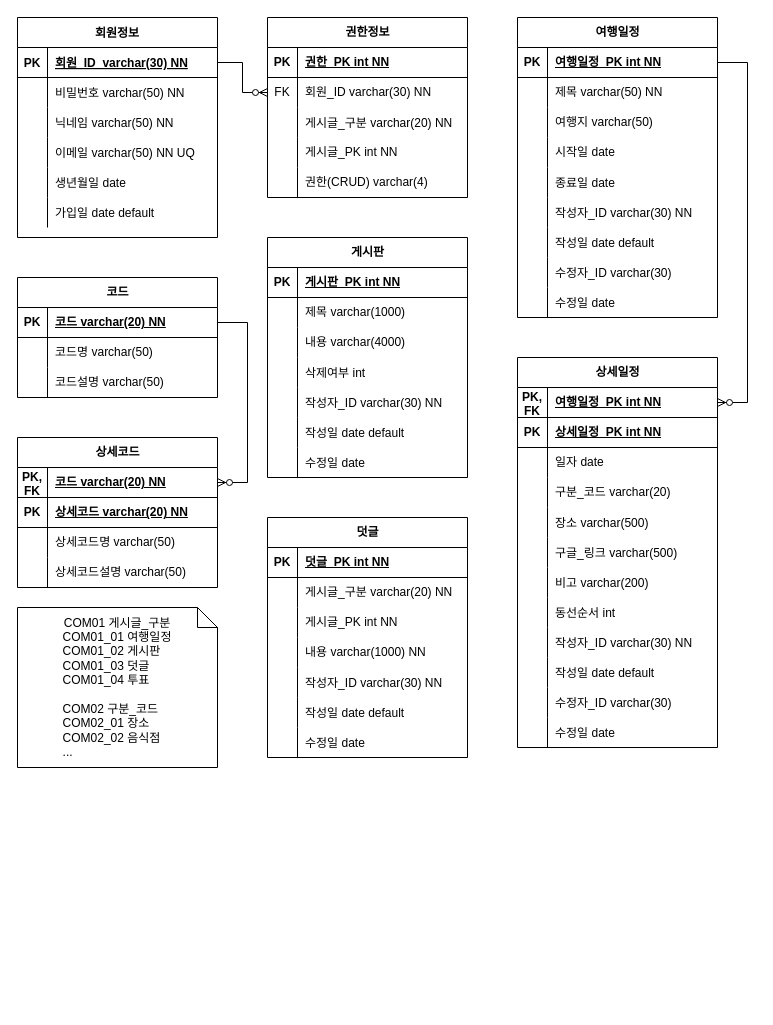
Before: 여행일정_ERD.drawio in Hevrica/itinerary_be, a draw.io diagram. Source tidied: cells renumbered, new cells numbered last; positions are measured from the earlier drawing's top-left corner, leaving out a move shared by most shapes. Both pictures are drawn from the tidied source at 100%, with x=0, y=0 at pixel (17, 17).
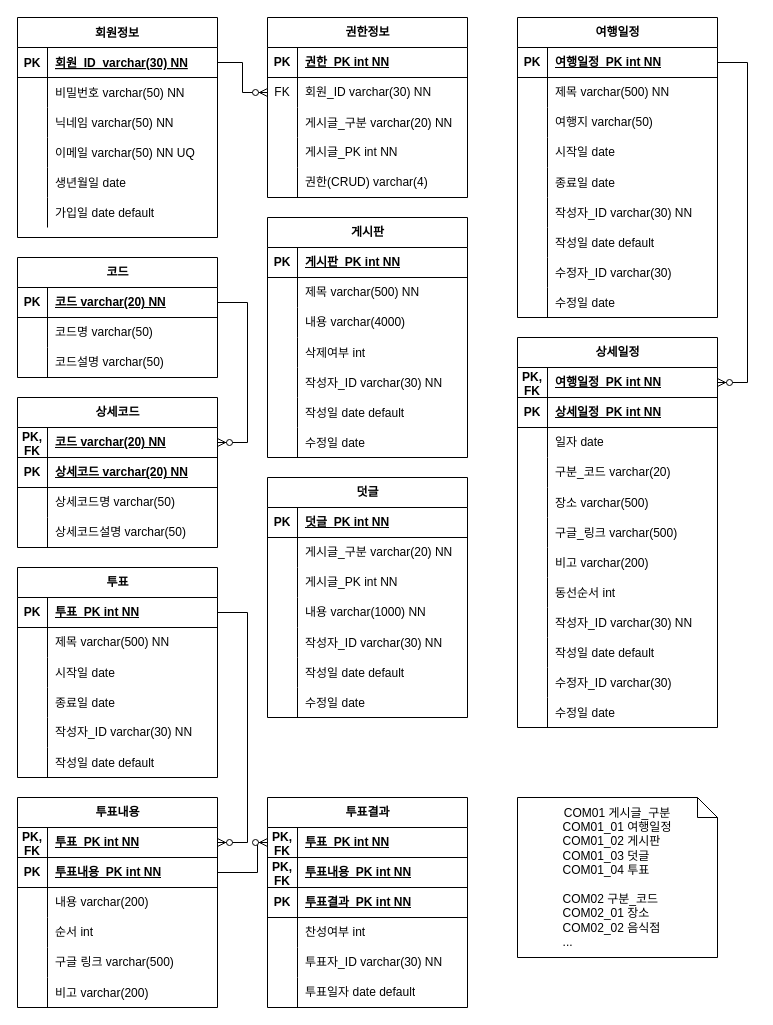
The same page after the edit.

Commit message:
여행일정_ERD.drawio 업데이트

Unchanged cells that the change refers to:
```xml
<mxCell id="41" style="shape=tableRow;horizontal=0;startSize=0;swimlaneHead=0;swimlaneBody=0;fillColor=none;top=0;left=0;right=0;bottom=0;" parent="37" vertex="1">
  <mxGeometry y="60" width="200" height="30" as="geometry" />
</mxCell>
<mxCell id="133" style="shape=tableRow;horizontal=0;startSize=0;swimlaneHead=0;swimlaneBody=0;fillColor=none;top=0;left=0;right=0;bottom=0;" parent="129" vertex="1">
  <mxGeometry y="60" width="200" height="30" as="geometry" />
</mxCell>
```

What changed in the source:
```diff
@@
-    <mxCell id="43" value="제목 varchar(50) NN" style="shape=partialRectangle;fillColor=none;top=0;left=0;bottom=0;right=0;align=left;spacingLeft=6;overflow=hidden;whiteSpace=wrap;html=1;" parent="41" vertex="1">
+    <mxCell id="43" value="제목 varchar(500) NN" style="shape=partialRectangle;fillColor=none;top=0;left=0;bottom=0;right=0;align=left;spacingLeft=6;overflow=hidden;whiteSpace=wrap;html=1;" parent="41" vertex="1">
       <mxGeometry x="30" width="170" height="30" as="geometry" />
     </mxCell>
@@
     <mxCell id="65" value="상세일정" style="shape=table;startSize=30;childLayout=tableLayout;rowLines=0;fontStyle=1;align=center;html=1;" parent="1" vertex="1">
-      <mxGeometry x="500" y="340" width="200" height="390" as="geometry" />
+      <mxGeometry x="500" y="320" width="200" height="390" as="geometry" />
     </mxCell>
@@
     <mxCell id="104" value="코드" style="shape=table;startSize=30;childLayout=tableLayout;rowLines=0;fontStyle=1;align=center;html=1;" parent="1" vertex="1">
-      <mxGeometry y="260" width="200" height="120" as="geometry" />
+      <mxGeometry y="240" width="200" height="120" as="geometry" />
     </mxCell>
@@
     <mxCell id="114" value="상세코드" style="shape=table;startSize=30;childLayout=tableLayout;rowLines=0;fontStyle=1;align=center;html=1;" parent="1" vertex="1">
-      <mxGeometry y="420" width="200" height="150" as="geometry" />
+      <mxGeometry y="380" width="200" height="150" as="geometry" />
     </mxCell>
@@
     <mxCell id="128" value="&lt;span style=&quot;background-color: initial; text-align: left;&quot;&gt;COM01 게시글_구분&lt;/span&gt;&lt;br&gt;&lt;div style=&quot;text-align: left;&quot;&gt;&lt;span style=&quot;background-color: initial;&quot;&gt;COM01_01 여행일정&lt;/span&gt;&lt;/div&gt;&lt;div style=&quot;text-align: left;&quot;&gt;&lt;span style=&quot;background-color: initial;&quot;&gt;COM01_02 게시판&lt;/span&gt;&lt;/div&gt;&lt;div style=&quot;text-align: left;&quot;&gt;&lt;span style=&quot;background-color: initial;&quot;&gt;COM01_03 덧글&lt;/span&gt;&lt;/div&gt;&lt;div style=&quot;text-align: left;&quot;&gt;&lt;span style=&quot;background-color: initial;&quot;&gt;COM01_04 투표&lt;/span&gt;&lt;/div&gt;&lt;div style=&quot;text-align: left;&quot;&gt;&lt;span style=&quot;background-color: initial;&quot;&gt;&lt;br&gt;&lt;/span&gt;&lt;/div&gt;&lt;div style=&quot;text-align: left;&quot;&gt;COM02 구분_코드&lt;/div&gt;&lt;div style=&quot;text-align: left;&quot;&gt;COM02_01 장소&lt;/div&gt;&lt;div style=&quot;text-align: left;&quot;&gt;COM02_02 음식점&lt;/div&gt;&lt;div style=&quot;text-align: left;&quot;&gt;...&lt;/div&gt;" style="shape=note;size=20;whiteSpace=wrap;html=1;" parent="1" vertex="1">
-      <mxGeometry y="590" width="200" height="160" as="geometry" />
+      <mxGeometry x="500" y="780" width="200" height="160" as="geometry" />
     </mxCell>
     <mxCell id="129" value="게시판" style="shape=table;startSize=30;childLayout=tableLayout;rowLines=0;fontStyle=1;align=center;html=1;" parent="1" vertex="1">
-      <mxGeometry x="250" y="220" width="200" height="240" as="geometry" />
+      <mxGeometry x="250" y="200" width="200" height="240" as="geometry" />
     </mxCell>
@@
-    <mxCell id="135" value="제목 varchar(1000)" style="shape=partialRectangle;fillColor=none;top=0;left=0;bottom=0;right=0;align=left;spacingLeft=6;overflow=hidden;whiteSpace=wrap;html=1;" parent="133" vertex="1">
+    <mxCell id="135" value="제목 varchar(500) NN" style="shape=partialRectangle;fillColor=none;top=0;left=0;bottom=0;right=0;align=left;spacingLeft=6;overflow=hidden;whiteSpace=wrap;html=1;" parent="133" vertex="1">
       <mxGeometry x="30" width="170" height="30" as="geometry" />
     </mxCell>
@@
     <mxCell id="151" value="덧글" style="shape=table;startSize=30;childLayout=tableLayout;rowLines=0;fontStyle=1;align=center;html=1;" parent="1" vertex="1">
-      <mxGeometry x="250" y="500" width="200" height="240" as="geometry" />
+      <mxGeometry x="250" y="460" width="200" height="240" as="geometry" />
     </mxCell>
@@
+    <mxCell id="173" value="투표" style="shape=table;startSize=30;childLayout=tableLayout;rowLines=0;fontStyle=1;align=center;html=1;" parent="1" vertex="1">
+      <mxGeometry y="550" width="200" height="210" as="geometry" />
+    </mxCell>
+    <mxCell id="174" style="shape=tableRow;horizontal=0;startSize=0;swimlaneHead=0;swimlaneBody=0;fillColor=none;points=[[0,0.5],[1,0.5]];portConstraint=eastwest;top=0;left=0;right=0;bottom=1;" parent="173" vertex="1">
+      <mxGeometry y="30" width="200" height="30" as="geometry" />
+    </mxCell>
+    <mxCell id="175" value="PK" style="shape=partialRectangle;fillColor=none;top=0;left=0;bottom=0;right=0;fontStyle=1;overflow=hidden;whiteSpace=wrap;html=1;" parent="174" vertex="1">
+      <mxGeometry width="30" height="30" as="geometry" />
+    </mxCell>
+    <mxCell id="176" value="투표_PK int NN" style="shape=partialRectangle;fillColor=none;top=0;left=0;bottom=0;right=0;align=left;spacingLeft=6;fontStyle=5;overflow=hidden;whiteSpace=wrap;html=1;" parent="174" vertex="1">
+      <mxGeometry x="30" width="170" height="30" as="geometry" />
+    </mxCell>
+    <mxCell id="177" style="shape=tableRow;horizontal=0;startSize=0;swimlaneHead=0;swimlaneBody=0;fillColor=none;top=0;left=0;right=0;bottom=0;" parent="173" vertex="1">
+      <mxGeometry y="60" width="200" height="30" as="geometry" />
+    </mxCell>
+    <mxCell id="178" style="shape=partialRectangle;fillColor=none;top=0;left=0;bottom=0;right=0;overflow=hidden;whiteSpace=wrap;html=1;" parent="177" vertex="1">
+      <mxGeometry width="30" height="30" as="geometry" />
+    </mxCell>
+    <mxCell id="179" value="제목 varchar(500) NN" style="shape=partialRectangle;fillColor=none;top=0;left=0;bottom=0;right=0;align=left;spacingLeft=6;overflow=hidden;whiteSpace=wrap;html=1;" parent="177" vertex="1">
+      <mxGeometry x="30" width="170" height="30" as="geometry" />
+    </mxCell>
+    <mxCell id="180" style="shape=tableRow;horizontal=0;startSize=0;swimlaneHead=0;swimlaneBody=0;fillColor=none;top=0;left=0;right=0;bottom=0;" parent="173" vertex="1">
+      <mxGeometry y="90" width="200" height="30" as="geometry" />
+    </mxCell>
+    <mxCell id="181" style="shape=partialRectangle;fillColor=none;top=0;left=0;bottom=0;right=0;overflow=hidden;" parent="180" vertex="1">
+      <mxGeometry width="30" height="30" as="geometry" />
+    </mxCell>
+    <mxCell id="182" value="시작일 date" style="shape=partialRectangle;fillColor=none;top=0;left=0;bottom=0;right=0;align=left;spacingLeft=6;overflow=hidden;" parent="180" vertex="1">
+      <mxGeometry x="30" width="170" height="30" as="geometry" />
+    </mxCell>
+    <mxCell id="183" style="shape=tableRow;horizontal=0;startSize=0;swimlaneHead=0;swimlaneBody=0;fillColor=none;top=0;left=0;right=0;bottom=0;" parent="173" vertex="1">
+      <mxGeometry y="120" width="200" height="30" as="geometry" />
+    </mxCell>
+    <mxCell id="184" style="shape=partialRectangle;fillColor=none;top=0;left=0;bottom=0;right=0;overflow=hidden;" parent="183" vertex="1">
+      <mxGeometry width="30" height="30" as="geometry" />
+    </mxCell>
+    <mxCell id="185" value="종료일 date" style="shape=partialRectangle;fillColor=none;top=0;left=0;bottom=0;right=0;align=left;spacingLeft=6;overflow=hidden;" parent="183" vertex="1">
+      <mxGeometry x="30" width="170" height="30" as="geometry" />
+    </mxCell>
+    <mxCell id="186" style="shape=tableRow;horizontal=0;startSize=0;swimlaneHead=0;swimlaneBody=0;fillColor=none;top=0;left=0;right=0;bottom=0;" parent="173" vertex="1">
+      <mxGeometry y="150" width="200" height="30" as="geometry" />
+    </mxCell>
+    <mxCell id="187" style="shape=partialRectangle;fillColor=none;top=0;left=0;bottom=0;right=0;overflow=hidden;whiteSpace=wrap;html=1;" parent="186" vertex="1">
+      <mxGeometry width="30" height="30" as="geometry" />
+    </mxCell>
+    <mxCell id="188" value="작성자_ID varchar(30) NN" style="shape=partialRectangle;fillColor=none;top=0;left=0;bottom=0;right=0;align=left;spacingLeft=6;overflow=hidden;whiteSpace=wrap;html=1;" parent="186" vertex="1">
+      <mxGeometry x="30" width="170" height="30" as="geometry" />
+    </mxCell>
+    <mxCell id="189" style="shape=tableRow;horizontal=0;startSize=0;swimlaneHead=0;swimlaneBody=0;fillColor=none;top=0;left=0;right=0;bottom=0;" parent="173" vertex="1">
+      <mxGeometry y="180" width="200" height="30" as="geometry" />
+    </mxCell>
+    <mxCell id="190" style="shape=partialRectangle;fillColor=none;top=0;left=0;bottom=0;right=0;overflow=hidden;" parent="189" vertex="1">
+      <mxGeometry width="30" height="30" as="geometry" />
+    </mxCell>
+    <mxCell id="191" value="작성일 date default" style="shape=partialRectangle;fillColor=none;top=0;left=0;bottom=0;right=0;align=left;spacingLeft=6;overflow=hidden;" parent="189" vertex="1">
+      <mxGeometry x="30" width="170" height="30" as="geometry" />
+    </mxCell>
+    <mxCell id="192" value="투표내용" style="shape=table;startSize=30;childLayout=tableLayout;rowLines=0;fontStyle=1;align=center;html=1;" parent="1" vertex="1">
+      <mxGeometry y="780" width="200" height="210" as="geometry" />
+    </mxCell>
+    <mxCell id="193" style="shape=tableRow;horizontal=0;startSize=0;swimlaneHead=0;swimlaneBody=0;fillColor=none;points=[[0,0.5],[1,0.5]];portConstraint=eastwest;top=0;left=0;right=0;bottom=1;" parent="192" vertex="1">
+      <mxGeometry y="30" width="200" height="30" as="geometry" />
+    </mxCell>
+    <mxCell id="194" value="PK, FK" style="shape=partialRectangle;fillColor=none;top=0;left=0;bottom=0;right=0;fontStyle=1;overflow=hidden;whiteSpace=wrap;html=1;" parent="193" vertex="1">
+      <mxGeometry width="30" height="30" as="geometry" />
+    </mxCell>
+    <mxCell id="195" value="투표_PK int NN" style="shape=partialRectangle;fillColor=none;top=0;left=0;bottom=0;right=0;align=left;spacingLeft=6;fontStyle=5;overflow=hidden;whiteSpace=wrap;html=1;" parent="193" vertex="1">
+      <mxGeometry x="30" width="170" height="30" as="geometry" />
+    </mxCell>
+    <mxCell id="196" style="shape=tableRow;horizontal=0;startSize=0;swimlaneHead=0;swimlaneBody=0;fillColor=none;points=[[0,0.5],[1,0.5]];portConstraint=eastwest;top=0;left=0;right=0;bottom=1;" parent="192" vertex="1">
+      <mxGeometry y="60" width="200" height="30" as="geometry" />
+    </mxCell>
+    <mxCell id="197" value="PK" style="shape=partialRectangle;fillColor=none;top=0;left=0;bottom=0;right=0;fontStyle=1;overflow=hidden;whiteSpace=wrap;html=1;" parent="196" vertex="1">
+      <mxGeometry width="30" height="30" as="geometry" />
+    </mxCell>
+    <mxCell id="198" value="투표내용_PK int NN" style="shape=partialRectangle;fillColor=none;top=0;left=0;bottom=0;right=0;align=left;spacingLeft=6;fontStyle=5;overflow=hidden;whiteSpace=wrap;html=1;" parent="196" vertex="1">
+      <mxGeometry x="30" width="170" height="30" as="geometry" />
+    </mxCell>
+    <mxCell id="199" style="shape=tableRow;horizontal=0;startSize=0;swimlaneHead=0;swimlaneBody=0;fillColor=none;top=0;left=0;right=0;bottom=0;" parent="192" vertex="1">
+      <mxGeometry y="90" width="200" height="30" as="geometry" />
+    </mxCell>
+    <mxCell id="200" style="shape=partialRectangle;fillColor=none;top=0;left=0;bottom=0;right=0;overflow=hidden;whiteSpace=wrap;html=1;" parent="199" vertex="1">
+      <mxGeometry width="30" height="30" as="geometry" />
+    </mxCell>
+    <mxCell id="201" value="내용 varchar(200)" style="shape=partialRectangle;fillColor=none;top=0;left=0;bottom=0;right=0;align=left;spacingLeft=6;overflow=hidden;whiteSpace=wrap;html=1;" parent="199" vertex="1">
+      <mxGeometry x="30" width="170" height="30" as="geometry" />
+    </mxCell>
+    <mxCell id="202" style="shape=tableRow;horizontal=0;startSize=0;swimlaneHead=0;swimlaneBody=0;fillColor=none;top=0;left=0;right=0;bottom=0;" parent="192" vertex="1">
+      <mxGeometry y="120" width="200" height="30" as="geometry" />
+    </mxCell>
+    <mxCell id="203" style="shape=partialRectangle;fillColor=none;top=0;left=0;bottom=0;right=0;overflow=hidden;whiteSpace=wrap;html=1;" parent="202" vertex="1">
+      <mxGeometry width="30" height="30" as="geometry" />
+    </mxCell>
+    <mxCell id="204" value="순서 int" style="shape=partialRectangle;fillColor=none;top=0;left=0;bottom=0;right=0;align=left;spacingLeft=6;overflow=hidden;whiteSpace=wrap;html=1;" parent="202" vertex="1">
+      <mxGeometry x="30" width="170" height="30" as="geometry" />
+    </mxCell>
+    <mxCell id="205" style="shape=tableRow;horizontal=0;startSize=0;swimlaneHead=0;swimlaneBody=0;fillColor=none;top=0;left=0;right=0;bottom=0;" parent="192" vertex="1">
+      <mxGeometry y="150" width="200" height="30" as="geometry" />
+    </mxCell>
+    <mxCell id="206" style="shape=partialRectangle;fillColor=none;top=0;left=0;bottom=0;right=0;overflow=hidden;whiteSpace=wrap;html=1;" parent="205" vertex="1">
+      <mxGeometry width="30" height="30" as="geometry" />
+    </mxCell>
+    <mxCell id="207" value="구글 링크 varchar(500)" style="shape=partialRectangle;fillColor=none;top=0;left=0;bottom=0;right=0;align=left;spacingLeft=6;overflow=hidden;whiteSpace=wrap;html=1;" parent="205" vertex="1">
+      <mxGeometry x="30" width="170" height="30" as="geometry" />
+    </mxCell>
+    <mxCell id="208" style="shape=tableRow;horizontal=0;startSize=0;swimlaneHead=0;swimlaneBody=0;fillColor=none;top=0;left=0;right=0;bottom=0;" parent="192" vertex="1">
+      <mxGeometry y="180" width="200" height="30" as="geometry" />
+    </mxCell>
+    <mxCell id="209" style="shape=partialRectangle;fillColor=none;top=0;left=0;bottom=0;right=0;overflow=hidden;" parent="208" vertex="1">
+      <mxGeometry width="30" height="30" as="geometry" />
+    </mxCell>
+    <mxCell id="210" value="비고 varchar(200)" style="shape=partialRectangle;fillColor=none;top=0;left=0;bottom=0;right=0;align=left;spacingLeft=6;overflow=hidden;" parent="208" vertex="1">
+      <mxGeometry x="30" width="170" height="30" as="geometry" />
+    </mxCell>
+    <mxCell id="211" style="edgeStyle=entityRelationEdgeStyle;fontSize=12;html=1;endArrow=ERzeroToMany;endFill=1;rounded=0;entryX=1;entryY=0.5;entryDx=0;entryDy=0;" parent="1" edge="1" source="174" target="193">
+      <mxGeometry relative="1" as="geometry" />
+    </mxCell>
+    <mxCell id="212" value="투표결과" style="shape=table;startSize=30;childLayout=tableLayout;rowLines=0;fontStyle=1;align=center;html=1;" parent="1" vertex="1">
+      <mxGeometry x="250" y="780" width="200" height="210" as="geometry" />
+    </mxCell>
+    <mxCell id="213" style="shape=tableRow;horizontal=0;startSize=0;swimlaneHead=0;swimlaneBody=0;fillColor=none;points=[[0,0.5],[1,0.5]];portConstraint=eastwest;top=0;left=0;right=0;bottom=1;" parent="212" vertex="1">
+      <mxGeometry y="30" width="200" height="30" as="geometry" />
+    </mxCell>
+    <mxCell id="214" value="PK, FK" style="shape=partialRectangle;fillColor=none;top=0;left=0;bottom=0;right=0;fontStyle=1;overflow=hidden;whiteSpace=wrap;html=1;" parent="213" vertex="1">
+      <mxGeometry width="30" height="30" as="geometry" />
+    </mxCell>
+    <mxCell id="215" value="투표_PK int NN" style="shape=partialRectangle;fillColor=none;top=0;left=0;bottom=0;right=0;align=left;spacingLeft=6;fontStyle=5;overflow=hidden;whiteSpace=wrap;html=1;" parent="213" vertex="1">
+      <mxGeometry x="30" width="170" height="30" as="geometry" />
+    </mxCell>
+    <mxCell id="216" style="shape=tableRow;horizontal=0;startSize=0;swimlaneHead=0;swimlaneBody=0;fillColor=none;top=0;left=0;right=0;bottom=1;" parent="212" vertex="1">
+      <mxGeometry y="60" width="200" height="30" as="geometry" />
+    </mxCell>
+    <mxCell id="217" value="PK, FK" style="shape=partialRectangle;fillColor=none;top=0;left=0;bottom=0;right=0;fontStyle=1;overflow=hidden;whiteSpace=wrap;html=1;" parent="216" vertex="1">
+      <mxGeometry width="30" height="30" as="geometry" />
+    </mxCell>
+    <mxCell id="218" value="투표내용_PK int NN" style="shape=partialRectangle;fillColor=none;top=0;left=0;bottom=0;right=0;align=left;spacingLeft=6;fontStyle=5;overflow=hidden;whiteSpace=wrap;html=1;" parent="216" vertex="1">
+      <mxGeometry x="30" width="170" height="30" as="geometry" />
+    </mxCell>
+    <mxCell id="219" style="shape=tableRow;horizontal=0;startSize=0;swimlaneHead=0;swimlaneBody=0;fillColor=none;top=0;left=0;right=0;bottom=1;" parent="212" vertex="1">
+      <mxGeometry y="90" width="200" height="30" as="geometry" />
+    </mxCell>
+    <mxCell id="220" value="PK" style="shape=partialRectangle;fillColor=none;top=0;left=0;bottom=0;right=0;fontStyle=1;overflow=hidden;whiteSpace=wrap;html=1;" parent="219" vertex="1">
+      <mxGeometry width="30" height="30" as="geometry" />
+    </mxCell>
+    <mxCell id="221" value="투표결과_PK int NN" style="shape=partialRectangle;fillColor=none;top=0;left=0;bottom=0;right=0;align=left;spacingLeft=6;fontStyle=5;overflow=hidden;whiteSpace=wrap;html=1;" parent="219" vertex="1">
+      <mxGeometry x="30" width="170" height="30" as="geometry" />
+    </mxCell>
+    <mxCell id="222" style="shape=tableRow;horizontal=0;startSize=0;swimlaneHead=0;swimlaneBody=0;fillColor=none;top=0;left=0;right=0;bottom=0;" parent="212" vertex="1">
+      <mxGeometry y="120" width="200" height="30" as="geometry" />
+    </mxCell>
+    <mxCell id="223" style="shape=partialRectangle;fillColor=none;top=0;left=0;bottom=0;right=0;overflow=hidden;whiteSpace=wrap;html=1;" parent="222" vertex="1">
+      <mxGeometry width="30" height="30" as="geometry" />
+    </mxCell>
+    <mxCell id="224" value="찬성여부 int" style="shape=partialRectangle;fillColor=none;top=0;left=0;bottom=0;right=0;align=left;spacingLeft=6;overflow=hidden;whiteSpace=wrap;html=1;" parent="222" vertex="1">
+      <mxGeometry x="30" width="170" height="30" as="geometry" />
+    </mxCell>
+    <mxCell id="225" style="shape=tableRow;horizontal=0;startSize=0;swimlaneHead=0;swimlaneBody=0;fillColor=none;top=0;left=0;right=0;bottom=0;" parent="212" vertex="1">
+      <mxGeometry y="150" width="200" height="30" as="geometry" />
+    </mxCell>
+    <mxCell id="226" style="shape=partialRectangle;fillColor=none;top=0;left=0;bottom=0;right=0;overflow=hidden;whiteSpace=wrap;html=1;" parent="225" vertex="1">
+      <mxGeometry width="30" height="30" as="geometry" />
+    </mxCell>
+    <mxCell id="227" value="투표자_ID varchar(30) NN" style="shape=partialRectangle;fillColor=none;top=0;left=0;bottom=0;right=0;align=left;spacingLeft=6;overflow=hidden;whiteSpace=wrap;html=1;" parent="225" vertex="1">
+      <mxGeometry x="30" width="170" height="30" as="geometry" />
+    </mxCell>
+    <mxCell id="228" style="shape=tableRow;horizontal=0;startSize=0;swimlaneHead=0;swimlaneBody=0;fillColor=none;top=0;left=0;right=0;bottom=0;" parent="212" vertex="1">
+      <mxGeometry y="180" width="200" height="30" as="geometry" />
+    </mxCell>
+    <mxCell id="229" style="shape=partialRectangle;fillColor=none;top=0;left=0;bottom=0;right=0;overflow=hidden;whiteSpace=wrap;html=1;" parent="228" vertex="1">
+      <mxGeometry width="30" height="30" as="geometry" />
+    </mxCell>
+    <mxCell id="230" value="투표일자 date default" style="shape=partialRectangle;fillColor=none;top=0;left=0;bottom=0;right=0;align=left;spacingLeft=6;overflow=hidden;whiteSpace=wrap;html=1;" parent="228" vertex="1">
+      <mxGeometry x="30" width="170" height="30" as="geometry" />
+    </mxCell>
+    <mxCell id="231" style="edgeStyle=orthogonalEdgeStyle;fontSize=12;html=1;endArrow=ERzeroToMany;endFill=1;rounded=0;exitX=1;exitY=0.5;exitDx=0;exitDy=0;entryX=0;entryY=0.5;entryDx=0;entryDy=0;" parent="1" edge="1" source="196" target="213">
+      <mxGeometry relative="1" as="geometry">
+        <Array as="points">
+          <mxPoint x="240" y="855" />
+          <mxPoint x="240" y="825" />
+        </Array>
+      </mxGeometry>
+    </mxCell>
```
